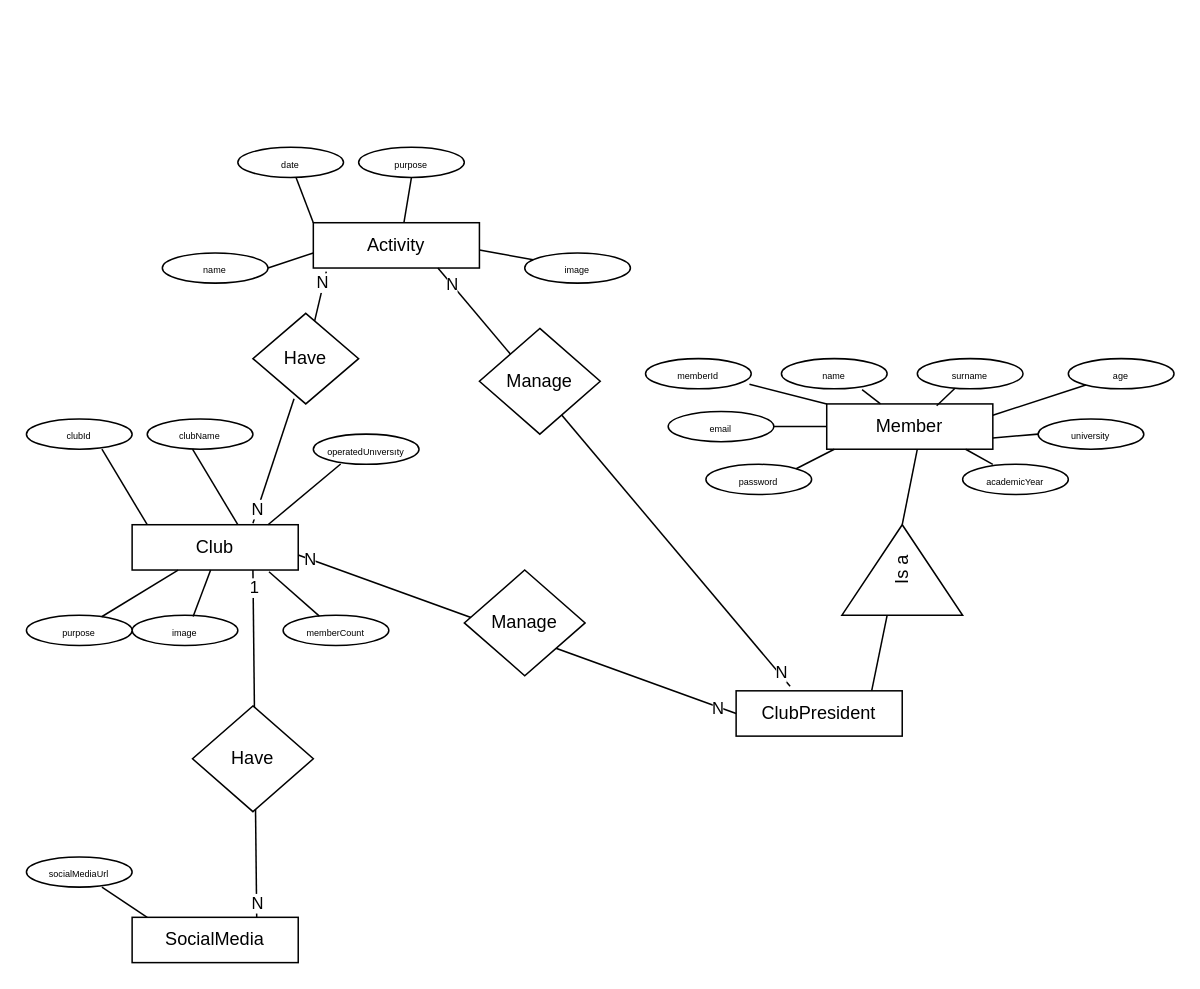
dogukanaslan/EduClubListApp keeps this draw.io diagram as ClubListApp.drawio. Above is the earlier version. Source tidied: cells renumbered, new cells numbered last; positions are measured from the earlier drawing's top-left corner, leaving out a move shared by most shapes. Both pictures are drawn from the tidied source at 151%, with x=0, y=0 at pixel (26, 146).
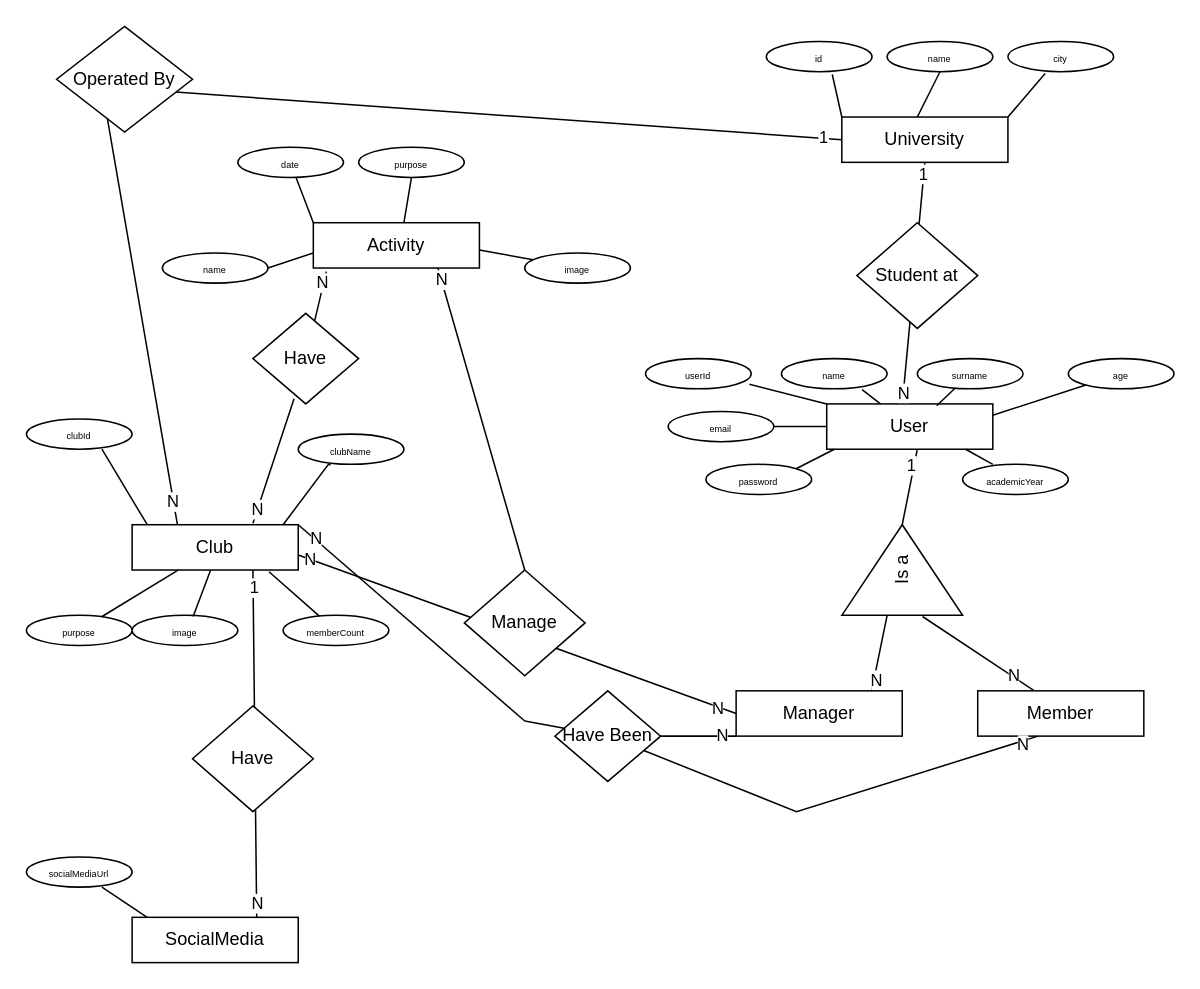
The same page after the edit.

The change refers to these unchanged cells:
```xml
<mxCell id="2" value="Club" style="rounded=0;whiteSpace=wrap;html=1;" parent="1" vertex="1">
  <mxGeometry x="70" y="250" width="110" height="30" as="geometry" />
</mxCell>
<mxCell id="32" style="endArrow=none;html=1;rounded=0;" parent="1" edge="1">
  <mxGeometry relative="1" as="geometry">
    <mxPoint x="580" y="250" as="sourcePoint" />
    <mxPoint x="590" y="200" as="targetPoint" />
  </mxGeometry>
</mxCell>
<mxCell id="33" value="Is&amp;nbsp;&lt;span style=&quot;background-color: transparent; color: light-dark(rgb(0, 0, 0), rgb(255, 255, 255));&quot;&gt;a&lt;/span&gt;" style="triangle;whiteSpace=wrap;html=1;rotation=-90;align=center;" parent="1" vertex="1">
  <mxGeometry x="550" y="240" width="60" height="80" as="geometry" />
</mxCell>
<mxCell id="34" style="endArrow=none;html=1;rounded=0;exitX=0.816;exitY=0;exitDx=0;exitDy=0;exitPerimeter=0;" parent="1" edge="1" source="35">
  <mxGeometry relative="1" as="geometry">
    <mxPoint x="570" y="310" as="targetPoint" />
  </mxGeometry>
</mxCell>
<mxCell id="39" value="Manage" style="rhombus;whiteSpace=wrap;html=1;" parent="1" vertex="1">
  <mxGeometry x="290" y="280" width="80" height="70" as="geometry" />
</mxCell>
<mxCell id="47" value="Activity" style="rounded=0;whiteSpace=wrap;html=1;" parent="1" vertex="1">
  <mxGeometry x="190" y="50" width="110" height="30" as="geometry" />
</mxCell>
```

Diff of the diagram source:
```diff
@@
     <mxCell id="5" value="&lt;font style=&quot;font-size: 6px;&quot;&gt;clubName&lt;/font&gt;" style="ellipse;whiteSpace=wrap;html=1;" parent="1" vertex="1">
-      <mxGeometry x="80" y="180" width="70" height="20" as="geometry" />
+      <mxGeometry x="180" y="190" width="70" height="20" as="geometry" />
     </mxCell>
-    <mxCell id="6" value="&lt;font style=&quot;font-size: 6px;&quot;&gt;operatedUnıversıty&lt;/font&gt;" style="ellipse;whiteSpace=wrap;html=1;" parent="1" vertex="1">
-      <mxGeometry x="190" y="190" width="70" height="20" as="geometry" />
-    </mxCell>
@@
-    <mxCell id="10" style="endArrow=none;html=1;rounded=0;" parent="1" edge="1">
+    <mxCell id="10" style="endArrow=none;html=1;rounded=0;entryX=0.306;entryY=1.024;entryDx=0;entryDy=0;entryPerimeter=0;exitX=0.909;exitY=0;exitDx=0;exitDy=0;exitPerimeter=0;" parent="1" edge="1" source="2" target="5">
       <mxGeometry relative="1" as="geometry">
-        <mxPoint x="140" y="250" as="sourcePoint" />
-        <mxPoint x="110" y="200" as="targetPoint" />
+        <Array as="points">
+          <mxPoint x="200" y="210" />
+        </Array>
       </mxGeometry>
     </mxCell>
-    <mxCell id="11" style="endArrow=none;html=1;rounded=0;entryX=0.259;entryY=0.99;entryDx=0;entryDy=0;entryPerimeter=0;" parent="1" edge="1" target="6">
-      <mxGeometry relative="1" as="geometry">
-        <mxPoint x="160" y="250" as="sourcePoint" />
-      </mxGeometry>
-    </mxCell>
@@
-    <mxCell id="15" value="Member" style="rounded=0;whiteSpace=wrap;html=1;" parent="1" vertex="1">
+    <mxCell id="15" value="User" style="rounded=0;whiteSpace=wrap;html=1;" parent="1" vertex="1">
       <mxGeometry x="530" y="170" width="110" height="30" as="geometry" />
     </mxCell>
-    <mxCell id="16" value="&lt;font style=&quot;font-size: 6px;&quot;&gt;university&lt;/font&gt;" style="ellipse;whiteSpace=wrap;html=1;" parent="1" vertex="1">
-      <mxGeometry x="670" y="180" width="70" height="20" as="geometry" />
-    </mxCell>
@@
-    <mxCell id="21" value="&lt;span style=&quot;font-size: 6px;&quot;&gt;memberId&lt;/span&gt;" style="ellipse;whiteSpace=wrap;html=1;" parent="1" vertex="1">
+    <mxCell id="21" value="&lt;span style=&quot;font-size: 6px;&quot;&gt;userId&lt;/span&gt;" style="ellipse;whiteSpace=wrap;html=1;" parent="1" vertex="1">
       <mxGeometry x="410" y="140" width="70" height="20" as="geometry" />
     </mxCell>
@@
-    <mxCell id="26" style="endArrow=none;html=1;rounded=0;entryX=1;entryY=0.75;entryDx=0;entryDy=0;exitX=0;exitY=0.5;exitDx=0;exitDy=0;" parent="1" edge="1" source="16" target="15">
-      <mxGeometry relative="1" as="geometry" />
-    </mxCell>
@@
+    <mxCell id="65" value="1" style="edgeLabel;html=1;align=center;verticalAlign=middle;" parent="32" vertex="1">
+      <mxGeometry x="0.56" y="2" relative="1" as="geometry" />
+    </mxCell>
@@
+    <mxCell id="66" value="N" style="edgeLabel;html=1;align=center;verticalAlign=middle;" parent="34" vertex="1">
+      <mxGeometry x="-0.67" y="-1" relative="1" as="geometry" />
+    </mxCell>
-    <mxCell id="35" value="ClubPresident" style="rounded=0;whiteSpace=wrap;html=1;" parent="1" vertex="1">
+    <mxCell id="35" value="Manager" style="rounded=0;whiteSpace=wrap;html=1;" parent="1" vertex="1">
       <mxGeometry x="470" y="360" width="110" height="30" as="geometry" />
     </mxCell>
@@
-    <mxCell id="56" style="endArrow=none;html=1;rounded=0;exitX=0.75;exitY=1;exitDx=0;exitDy=0;entryX=0.325;entryY=-0.1;entryDx=0;entryDy=0;entryPerimeter=0;" parent="1" edge="1" source="47" target="35">
+    <mxCell id="56" style="endArrow=none;html=1;rounded=0;exitX=0.75;exitY=1;exitDx=0;exitDy=0;entryX=0.5;entryY=0;entryDx=0;entryDy=0;" parent="1" edge="1" source="47" target="39">
       <mxGeometry relative="1" as="geometry" />
     </mxCell>
@@
-    <mxCell id="58" value="N" style="edgeLabel;html=1;align=center;verticalAlign=middle;" parent="56" vertex="1">
-      <mxGeometry x="0.94" y="1" relative="1" as="geometry" />
-    </mxCell>
-    <mxCell id="59" value="Manage" style="rhombus;whiteSpace=wrap;html=1;" parent="1" vertex="1">
-      <mxGeometry x="300" y="120" width="80" height="70" as="geometry" />
-    </mxCell>
@@
+    <mxCell id="67" value="Member" style="rounded=0;whiteSpace=wrap;html=1;" parent="1" vertex="1">
+      <mxGeometry x="630" y="360" width="110" height="30" as="geometry" />
+    </mxCell>
+    <mxCell id="68" style="endArrow=none;html=1;rounded=0;exitX=0.337;exitY=-0.012;exitDx=0;exitDy=0;exitPerimeter=0;entryX=-0.013;entryY=0.668;entryDx=0;entryDy=0;entryPerimeter=0;" parent="1" edge="1" source="67" target="33">
+      <mxGeometry relative="1" as="geometry" />
+    </mxCell>
+    <mxCell id="69" value="N" style="edgeLabel;html=1;align=center;verticalAlign=middle;" parent="68" vertex="1">
+      <mxGeometry x="-0.62" y="-1" relative="1" as="geometry" />
+    </mxCell>
+    <mxCell id="70" style="endArrow=none;html=1;rounded=0;" parent="1" edge="1" source="75">
+      <mxGeometry relative="1" as="geometry">
+        <mxPoint x="670" y="390" as="targetPoint" />
+        <Array as="points">
+          <mxPoint x="510" y="440" />
+        </Array>
+      </mxGeometry>
+    </mxCell>
+    <mxCell id="71" value="N" style="edgeLabel;html=1;align=center;verticalAlign=middle;" parent="70" vertex="1">
+      <mxGeometry x="0.92" y="-2" relative="1" as="geometry" />
+    </mxCell>
+    <mxCell id="72" style="endArrow=none;html=1;rounded=0;exitX=1;exitY=0;exitDx=0;exitDy=0;" parent="1" edge="1" source="2">
+      <mxGeometry relative="1" as="geometry">
+        <mxPoint x="330" y="380" as="targetPoint" />
+      </mxGeometry>
+    </mxCell>
+    <mxCell id="73" value="N" style="edgeLabel;html=1;align=center;verticalAlign=middle;" parent="72" vertex="1">
+      <mxGeometry x="-0.86" y="1" relative="1" as="geometry" />
+    </mxCell>
+    <mxCell id="74" style="endArrow=none;html=1;rounded=0;" parent="1" edge="1" target="75">
+      <mxGeometry relative="1" as="geometry">
+        <mxPoint x="330" y="380" as="sourcePoint" />
+      </mxGeometry>
+    </mxCell>
+    <mxCell id="75" value="Have Been" style="rhombus;whiteSpace=wrap;html=1;" parent="1" vertex="1">
+      <mxGeometry x="350" y="360" width="70" height="60" as="geometry" />
+    </mxCell>
+    <mxCell id="76" value="University" style="rounded=0;whiteSpace=wrap;html=1;" parent="1" vertex="1">
+      <mxGeometry x="540" y="-20" width="110" height="30" as="geometry" />
+    </mxCell>
+    <mxCell id="77" value="&lt;span style=&quot;font-size: 6px;&quot;&gt;id&lt;/span&gt;" style="ellipse;whiteSpace=wrap;html=1;" parent="1" vertex="1">
+      <mxGeometry x="490" y="-70" width="70" height="20" as="geometry" />
+    </mxCell>
+    <mxCell id="78" value="&lt;span style=&quot;font-size: 6px;&quot;&gt;name&lt;/span&gt;" style="ellipse;whiteSpace=wrap;html=1;" parent="1" vertex="1">
+      <mxGeometry x="570" y="-70" width="70" height="20" as="geometry" />
+    </mxCell>
+    <mxCell id="79" value="&lt;span style=&quot;font-size: 6px;&quot;&gt;city&lt;/span&gt;" style="ellipse;whiteSpace=wrap;html=1;" parent="1" vertex="1">
+      <mxGeometry x="650" y="-70" width="70" height="20" as="geometry" />
+    </mxCell>
+    <mxCell id="80" style="endArrow=none;html=1;rounded=0;entryX=0.624;entryY=1.092;entryDx=0;entryDy=0;entryPerimeter=0;" parent="1" edge="1" target="77">
+      <mxGeometry relative="1" as="geometry">
+        <mxPoint x="540" y="-20" as="sourcePoint" />
+      </mxGeometry>
+    </mxCell>
+    <mxCell id="81" style="endArrow=none;html=1;rounded=0;entryX=0.5;entryY=1;entryDx=0;entryDy=0;" parent="1" edge="1" target="78">
+      <mxGeometry relative="1" as="geometry">
+        <mxPoint x="590" y="-20" as="sourcePoint" />
+      </mxGeometry>
+    </mxCell>
+    <mxCell id="82" style="endArrow=none;html=1;rounded=0;entryX=0.352;entryY=1.058;entryDx=0;entryDy=0;entryPerimeter=0;" parent="1" edge="1" target="79">
+      <mxGeometry relative="1" as="geometry">
+        <mxPoint x="650" y="-20" as="sourcePoint" />
+      </mxGeometry>
+    </mxCell>
+    <mxCell id="83" style="endArrow=none;html=1;rounded=0;exitX=0.455;exitY=0;exitDx=0;exitDy=0;exitPerimeter=0;entryX=0.5;entryY=1;entryDx=0;entryDy=0;" parent="1" edge="1" source="15" target="76">
+      <mxGeometry relative="1" as="geometry" />
+    </mxCell>
+    <mxCell id="84" value="N" style="edgeLabel;html=1;align=center;verticalAlign=middle;" parent="83" vertex="1">
+      <mxGeometry x="-0.9" relative="1" as="geometry" />
+    </mxCell>
+    <mxCell id="85" value="1" style="edgeLabel;html=1;align=center;verticalAlign=middle;" parent="83" vertex="1">
+      <mxGeometry x="0.9" y="1" relative="1" as="geometry" />
+    </mxCell>
+    <mxCell id="86" value="Student at" style="rhombus;whiteSpace=wrap;html=1;" parent="1" vertex="1">
+      <mxGeometry x="550" y="50" width="80" height="70" as="geometry" />
+    </mxCell>
+    <mxCell id="87" style="endArrow=none;html=1;rounded=0;" parent="1" edge="1">
+      <mxGeometry relative="1" as="geometry">
+        <mxPoint x="100" y="250" as="sourcePoint" />
+        <mxPoint x="50" y="-40" as="targetPoint" />
+      </mxGeometry>
+    </mxCell>
+    <mxCell id="88" value="N" style="edgeLabel;html=1;align=center;verticalAlign=middle;" parent="87" vertex="1">
+      <mxGeometry x="-0.89" y="1" relative="1" as="geometry" />
+    </mxCell>
+    <mxCell id="89" style="endArrow=none;html=1;rounded=0;entryX=0;entryY=0.5;entryDx=0;entryDy=0;" parent="1" edge="1" target="76">
+      <mxGeometry relative="1" as="geometry">
+        <mxPoint x="50" y="-40" as="sourcePoint" />
+      </mxGeometry>
+    </mxCell>
+    <mxCell id="90" value="1" style="edgeLabel;html=1;align=center;verticalAlign=middle;" parent="89" vertex="1">
+      <mxGeometry x="0.95" y="1" relative="1" as="geometry" />
+    </mxCell>
+    <mxCell id="91" value="Operated By" style="rhombus;whiteSpace=wrap;html=1;" parent="1" vertex="1">
+      <mxGeometry x="20" y="-80" width="90" height="70" as="geometry" />
+    </mxCell>
+    <mxCell id="92" style="endArrow=none;html=1;rounded=0;entryX=0;entryY=1;entryDx=0;entryDy=0;" parent="1" edge="1" target="35">
+      <mxGeometry relative="1" as="geometry">
+        <mxPoint x="420" y="390" as="sourcePoint" />
+      </mxGeometry>
+    </mxCell>
+    <mxCell id="93" value="N" style="edgeLabel;html=1;align=center;verticalAlign=middle;" parent="92" vertex="1">
+      <mxGeometry x="0.61" y="1" relative="1" as="geometry" />
+    </mxCell>
```
